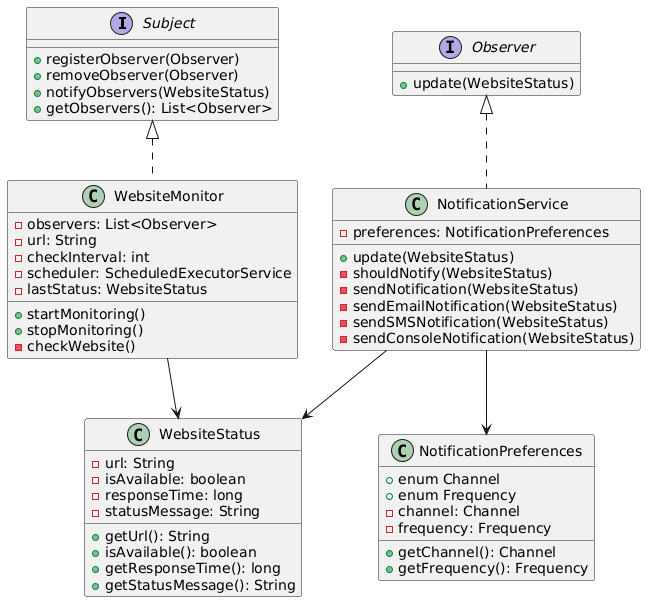
Earlier version of the PlantUML export exp5/uml.png (yasinibis/swe). Its diagram source:
```plantuml
@startuml
interface Subject {
    + registerObserver(Observer)
    + removeObserver(Observer)
    + notifyObservers(WebsiteStatus)
    + getObservers(): List<Observer>
}

interface Observer {
    + update(WebsiteStatus)
}

class WebsiteMonitor {
    - observers: List<Observer>
    - url: String
    - checkInterval: int
    - scheduler: ScheduledExecutorService
    - lastStatus: WebsiteStatus
    + startMonitoring()
    + stopMonitoring()
    - checkWebsite()
}

class NotificationService {
    - preferences: NotificationPreferences
    + update(WebsiteStatus)
    - shouldNotify(WebsiteStatus)
    - sendNotification(WebsiteStatus)
    - sendEmailNotification(WebsiteStatus)
    - sendSMSNotification(WebsiteStatus)
    - sendConsoleNotification(WebsiteStatus)
}

class WebsiteStatus {
    - url: String
    - isAvailable: boolean
    - responseTime: long
    - statusMessage: String
    + getUrl(): String
    + isAvailable(): boolean
    + getResponseTime(): long
    + getStatusMessage(): String
}

class NotificationPreferences {
    + enum Channel
    + enum Frequency
    - channel: Channel
    - frequency: Frequency
    + getChannel(): Channel
    + getFrequency(): Frequency
}

Subject <|.. WebsiteMonitor
Observer <|.. NotificationService
WebsiteMonitor --> WebsiteStatus
NotificationService --> NotificationPreferences
NotificationService --> WebsiteStatus
@enduml
```
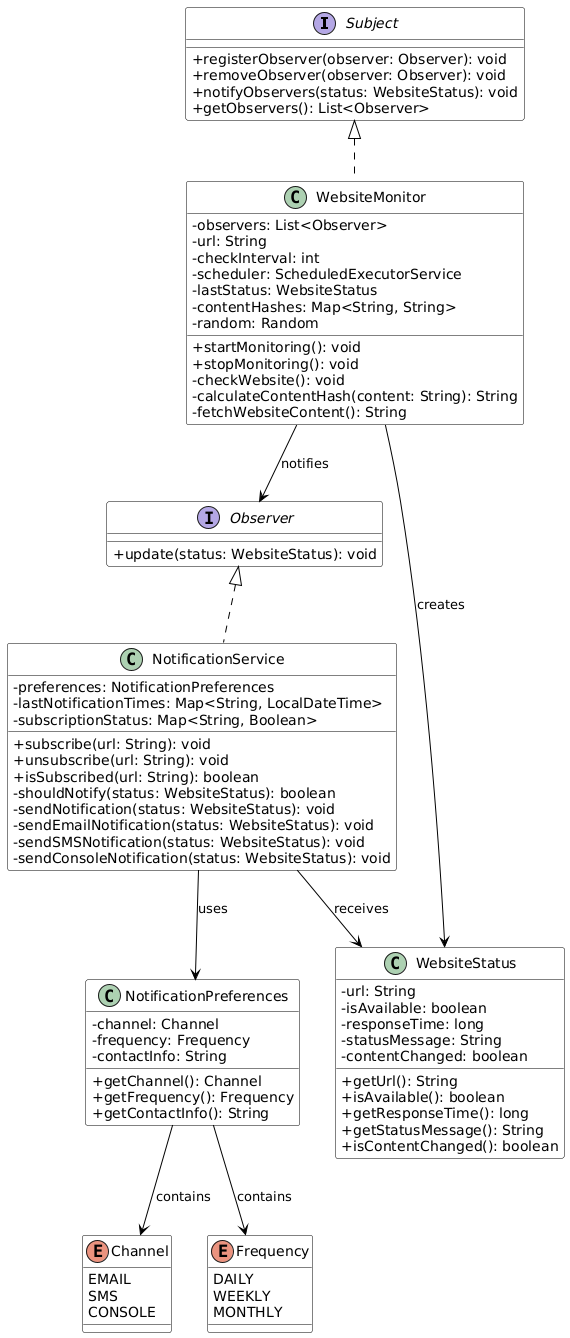
The same file after the commit.

Change to the diagram source:
```diff
@@ -1,13 +1,20 @@
 @startuml
+skinparam classAttributeIconSize 0
+skinparam class {
+    BackgroundColor White
+    ArrowColor Black
+    BorderColor Black
+}
+
 interface Subject {
-    + registerObserver(Observer)
-    + removeObserver(Observer)
-    + notifyObservers(WebsiteStatus)
+    + registerObserver(observer: Observer): void
+    + removeObserver(observer: Observer): void
+    + notifyObservers(status: WebsiteStatus): void
     + getObservers(): List<Observer>
 }
 
 interface Observer {
-    + update(WebsiteStatus)
+    + update(status: WebsiteStatus): void
 }
 
 class WebsiteMonitor {
@@ -16,19 +23,27 @@
     - checkInterval: int
     - scheduler: ScheduledExecutorService
     - lastStatus: WebsiteStatus
-    + startMonitoring()
-    + stopMonitoring()
-    - checkWebsite()
+    - contentHashes: Map<String, String>
+    - random: Random
+    + startMonitoring(): void
+    + stopMonitoring(): void
+    - checkWebsite(): void
+    - calculateContentHash(content: String): String
+    - fetchWebsiteContent(): String
 }
 
 class NotificationService {
     - preferences: NotificationPreferences
-    + update(WebsiteStatus)
-    - shouldNotify(WebsiteStatus)
-    - sendNotification(WebsiteStatus)
-    - sendEmailNotification(WebsiteStatus)
-    - sendSMSNotification(WebsiteStatus)
-    - sendConsoleNotification(WebsiteStatus)
+    - lastNotificationTimes: Map<String, LocalDateTime>
+    - subscriptionStatus: Map<String, Boolean>
+    + subscribe(url: String): void
+    + unsubscribe(url: String): void
+    + isSubscribed(url: String): boolean
+    - shouldNotify(status: WebsiteStatus): boolean
+    - sendNotification(status: WebsiteStatus): void
+    - sendEmailNotification(status: WebsiteStatus): void
+    - sendSMSNotification(status: WebsiteStatus): void
+    - sendConsoleNotification(status: WebsiteStatus): void
 }
 
 class WebsiteStatus {
@@ -36,24 +51,41 @@
     - isAvailable: boolean
     - responseTime: long
     - statusMessage: String
+    - contentChanged: boolean
     + getUrl(): String
     + isAvailable(): boolean
     + getResponseTime(): long
     + getStatusMessage(): String
+    + isContentChanged(): boolean
 }
 
 class NotificationPreferences {
-    + enum Channel
-    + enum Frequency
     - channel: Channel
     - frequency: Frequency
+    - contactInfo: String
     + getChannel(): Channel
     + getFrequency(): Frequency
+    + getContactInfo(): String
+}
+
+enum Channel {
+    EMAIL
+    SMS
+    CONSOLE
+}
+
+enum Frequency {
+    DAILY
+    WEEKLY
+    MONTHLY
 }
 
 Subject <|.. WebsiteMonitor
 Observer <|.. NotificationService
-WebsiteMonitor --> WebsiteStatus
-NotificationService --> NotificationPreferences
-NotificationService --> WebsiteStatus
+WebsiteMonitor --> WebsiteStatus : creates
+NotificationService --> NotificationPreferences : uses
+NotificationPreferences --> Channel : contains
+NotificationPreferences --> Frequency : contains
+WebsiteMonitor --> Observer : notifies
+NotificationService --> WebsiteStatus : receives
 @enduml
```
